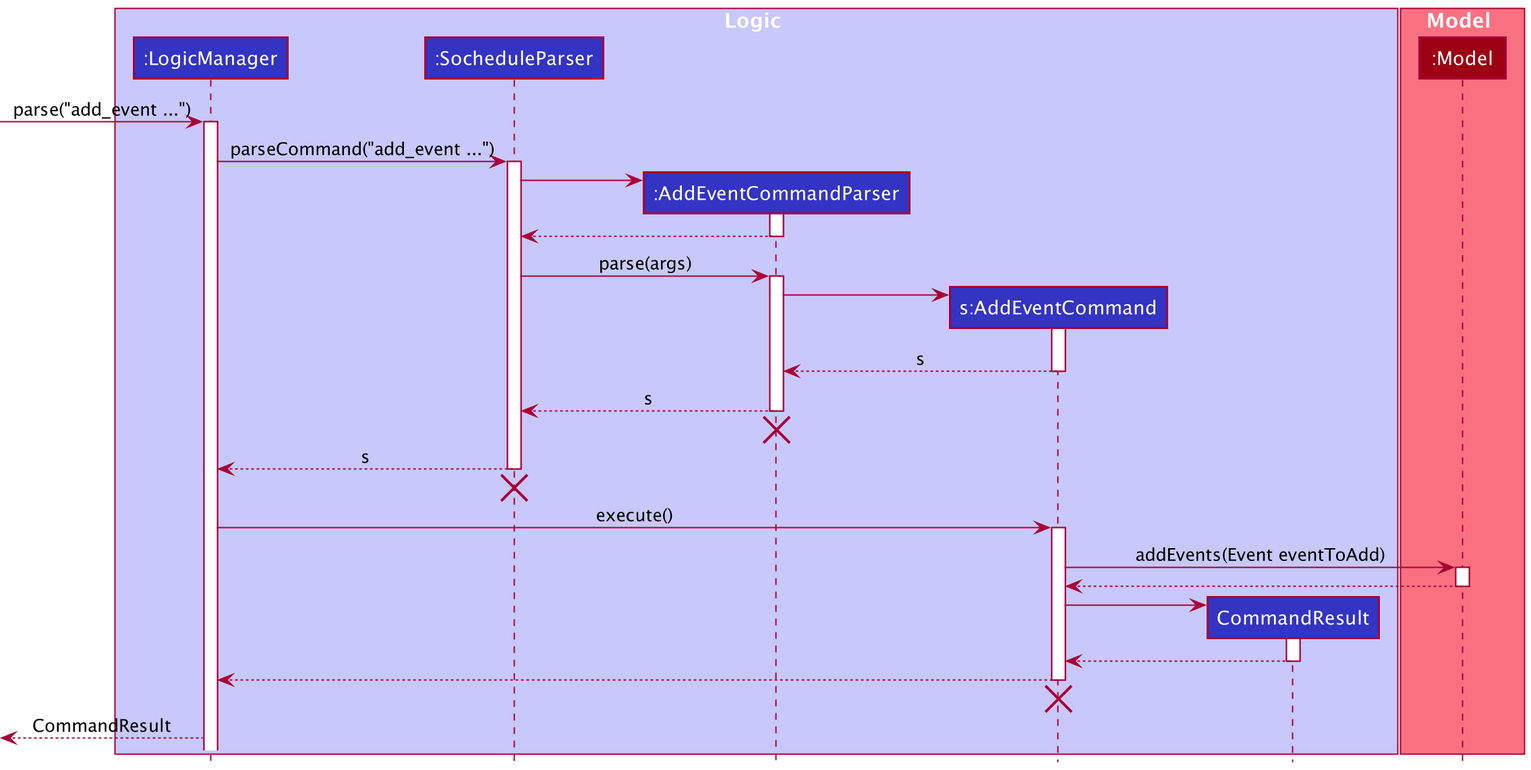
The PlantUML diagram docs/images/AddEventCommandSequenceDiagram.png in nus-cs2103-AY2021S2/tp, before a commit.
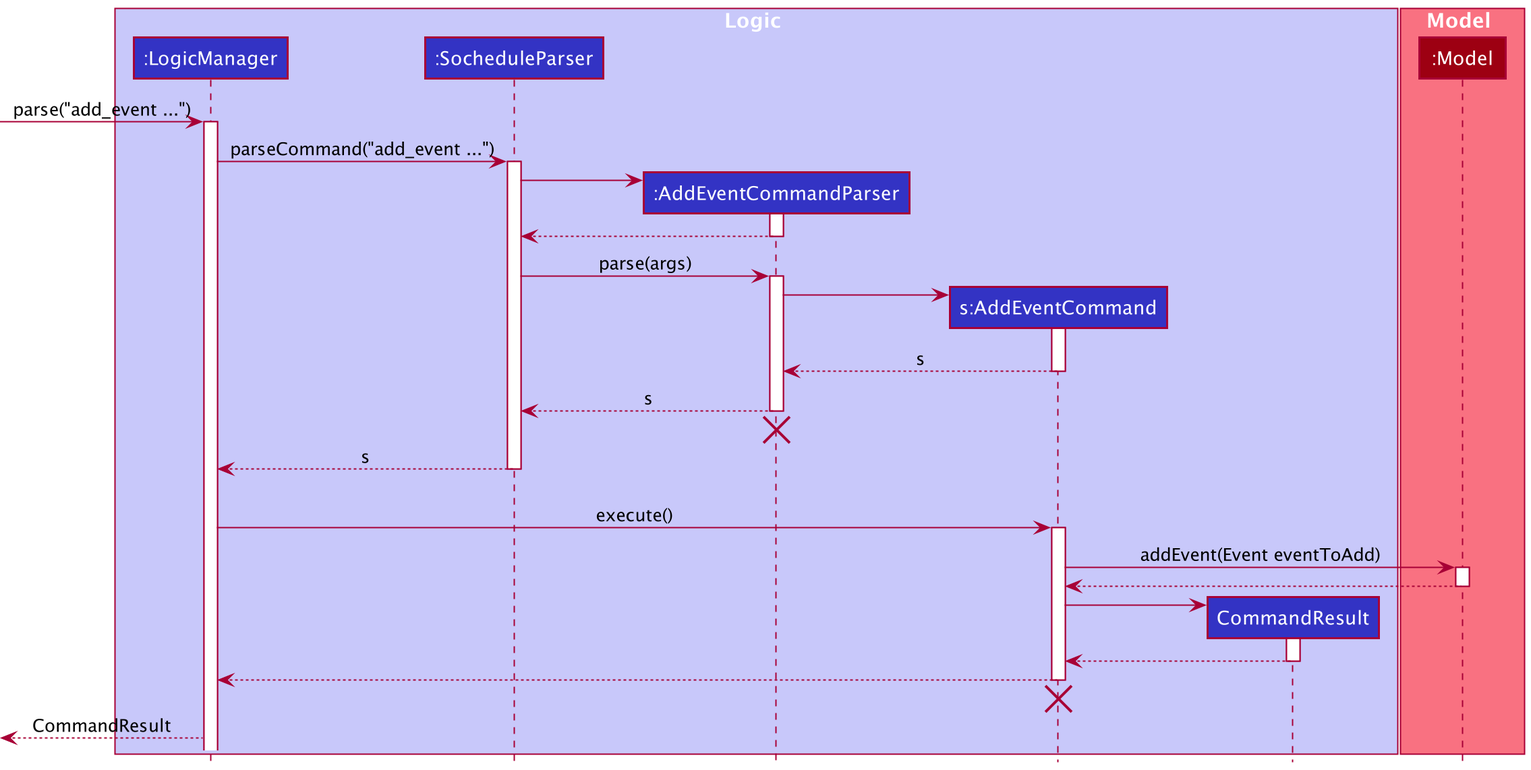
After the commit.

Change to the diagram source:
```diff
@@ -43,12 +43,11 @@
 LogicManager <-- SocheduleParser : s
 deactivate SocheduleParser
 SocheduleParser -[hidden]->[
-destroy SocheduleParser
 
 LogicManager -> AddEventCommand : execute()
 activate AddEventCommand
 
-AddEventCommand -> Model : addEvents(Event eventToAdd)
+AddEventCommand -> Model : addEvent(Event eventToAdd)
 activate Model
 AddEventCommand <-- Model
 deactivate Model
```
